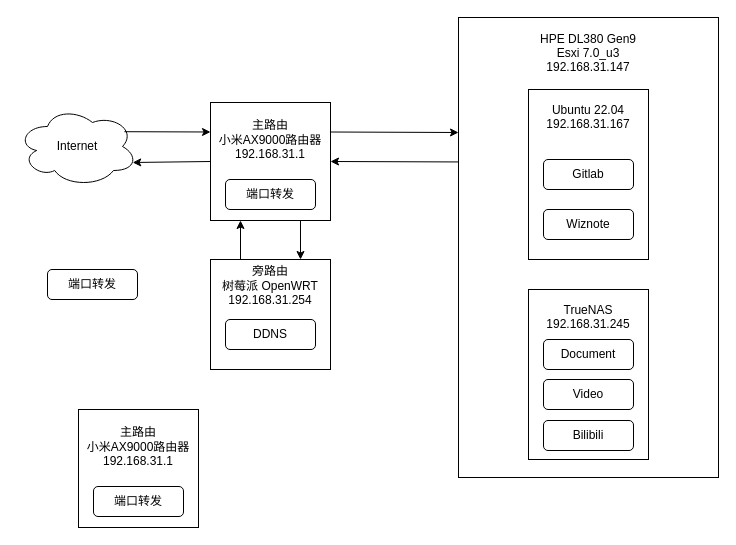
Above: 网络.drawio in CharlesHJC/CICD (draw.io), before the change. Source tidied: cells renumbered, new cells numbered last; positions are measured from the earlier drawing's top-left corner, leaving out a move shared by most shapes. Both pictures are drawn from the tidied source at 100%, with x=0, y=0 at pixel (17, 17).
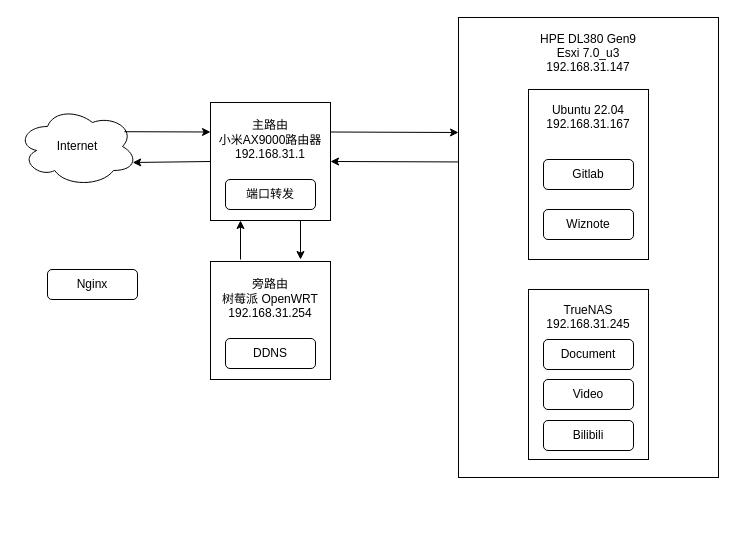
Above is the later version.

The change refers to these unchanged cells:
```xml
<mxCell id="22" value="&lt;div&gt;主路由&lt;br&gt;&lt;/div&gt;&lt;div&gt;小米AX9000路由器&lt;/div&gt;&lt;div&gt;192.168.31.1&lt;br&gt;&lt;/div&gt;&lt;div&gt;&lt;br&gt;&lt;/div&gt;&lt;div&gt;&lt;br&gt;&lt;/div&gt;&lt;div&gt;&lt;br&gt;&lt;/div&gt;" style="rounded=0;whiteSpace=wrap;html=1;" parent="21" vertex="1">
  <mxGeometry width="120" height="118" as="geometry" />
</mxCell>
```

What changed in the source:
```diff
@@
-    <mxCell id="11" value="&lt;div&gt;旁路由&lt;br&gt;&lt;/div&gt;&lt;div&gt;树莓派 OpenWRT&lt;br&gt;&lt;/div&gt;&lt;div&gt;192.168.31.254&lt;/div&gt;&lt;div&gt;&lt;br&gt;&lt;/div&gt;&lt;div&gt;&lt;br&gt;&lt;/div&gt;&lt;div&gt;&lt;br&gt;&lt;/div&gt;&lt;div&gt;&lt;br&gt;&lt;/div&gt;" style="rounded=0;whiteSpace=wrap;html=1;" parent="1" vertex="1">
-      <mxGeometry x="193" y="242" width="120" height="110" as="geometry" />
-    </mxCell>
@@
-    <mxCell id="17" style="endArrow=classic;html=1;rounded=0;exitX=0.25;exitY=0;exitDx=0;exitDy=0;entryX=0.25;entryY=1;entryDx=0;entryDy=0;" parent="1" edge="1" source="11" target="22">
-      <mxGeometry relative="1" as="geometry" />
+    <mxCell id="17" style="endArrow=classic;html=1;rounded=0;exitX=0.25;exitY=0;exitDx=0;exitDy=0;entryX=0.25;entryY=1;entryDx=0;entryDy=0;" parent="1" edge="1" target="22">
+      <mxGeometry relative="1" as="geometry">
+        <mxPoint x="223" y="242" as="sourcePoint" />
+      </mxGeometry>
     </mxCell>
-    <mxCell id="18" style="endArrow=classic;html=1;rounded=0;entryX=0.75;entryY=0;entryDx=0;entryDy=0;exitX=0.75;exitY=1;exitDx=0;exitDy=0;" parent="1" edge="1" source="22" target="11">
-      <mxGeometry relative="1" as="geometry" />
+    <mxCell id="18" style="endArrow=classic;html=1;rounded=0;entryX=0.75;entryY=0;entryDx=0;entryDy=0;exitX=0.75;exitY=1;exitDx=0;exitDy=0;" parent="1" edge="1" source="22">
+      <mxGeometry relative="1" as="geometry">
+        <mxPoint x="283" y="242" as="targetPoint" />
+      </mxGeometry>
     </mxCell>
-    <mxCell id="19" value="DDNS" style="rounded=1;whiteSpace=wrap;html=1;" parent="1" vertex="1">
-      <mxGeometry x="208" y="302" width="90" height="30" as="geometry" />
-    </mxCell>
-    <mxCell id="20" value="端口转发" style="rounded=1;whiteSpace=wrap;html=1;" parent="1" vertex="1">
+    <mxCell id="20" value="Nginx" style="rounded=1;whiteSpace=wrap;html=1;" parent="1" vertex="1">
       <mxGeometry x="30" y="252" width="90" height="30" as="geometry" />
     </mxCell>
@@
+    <mxCell id="26" style="group;" parent="1" vertex="1">
+      <mxGeometry x="193" y="244" width="120" height="118" as="geometry" />
+    </mxCell>
-    <mxCell id="24" value="&lt;div&gt;主路由&lt;br&gt;&lt;/div&gt;&lt;div&gt;小米AX9000路由器&lt;/div&gt;&lt;div&gt;192.168.31.1&lt;br&gt;&lt;/div&gt;&lt;div&gt;&lt;br&gt;&lt;/div&gt;&lt;div&gt;&lt;br&gt;&lt;/div&gt;&lt;div&gt;&lt;br&gt;&lt;/div&gt;" style="rounded=0;whiteSpace=wrap;html=1;" parent="1" vertex="1">
-      <mxGeometry x="61" y="392" width="120" height="118" as="geometry" />
+    <mxCell id="24" value="&lt;div&gt;旁路由&lt;br&gt;&lt;/div&gt;&lt;div&gt;树莓派 OpenWRT&lt;br&gt;&lt;/div&gt;&lt;div&gt;192.168.31.254&lt;/div&gt;&lt;div&gt;&lt;br&gt;&lt;/div&gt;&lt;div&gt;&lt;br&gt;&lt;br&gt;&lt;/div&gt;" style="rounded=0;whiteSpace=wrap;html=1;" parent="26" vertex="1">
+      <mxGeometry width="120" height="118" as="geometry" />
     </mxCell>
-    <mxCell id="25" value="端口转发" style="rounded=1;whiteSpace=wrap;html=1;" parent="1" vertex="1">
-      <mxGeometry x="76" y="469" width="90" height="30" as="geometry" />
+    <mxCell id="25" value="DDNS" style="rounded=1;whiteSpace=wrap;html=1;" parent="26" vertex="1">
+      <mxGeometry x="15" y="77" width="90" height="30" as="geometry" />
     </mxCell>
```
